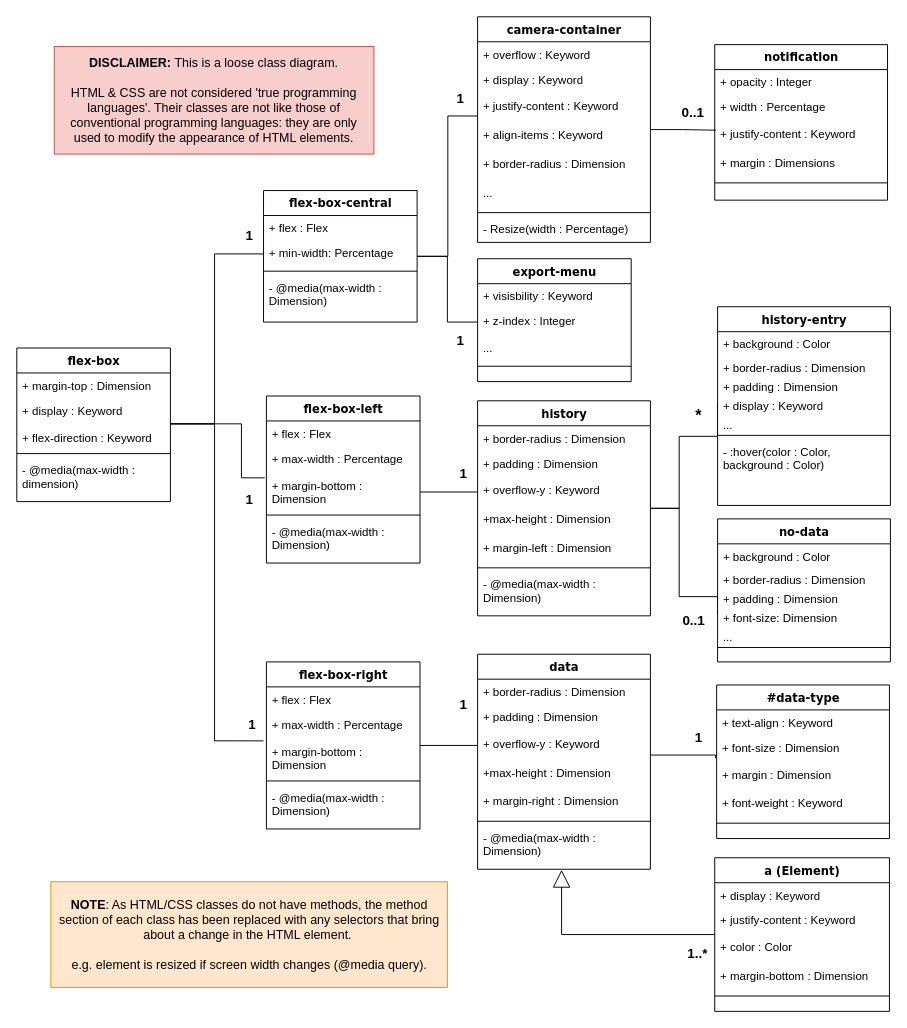
Earlier version of the draw.io diagram diagrams/uml-class.drawio (jensenhill/jensenhill.github.io). Source tidied: cells renumbered, new cells numbered last; positions are measured from the earlier drawing's top-left corner, leaving out a move shared by most shapes. Both pictures are drawn from the tidied source at 96%, with x=0, y=0 at pixel (16, 16).
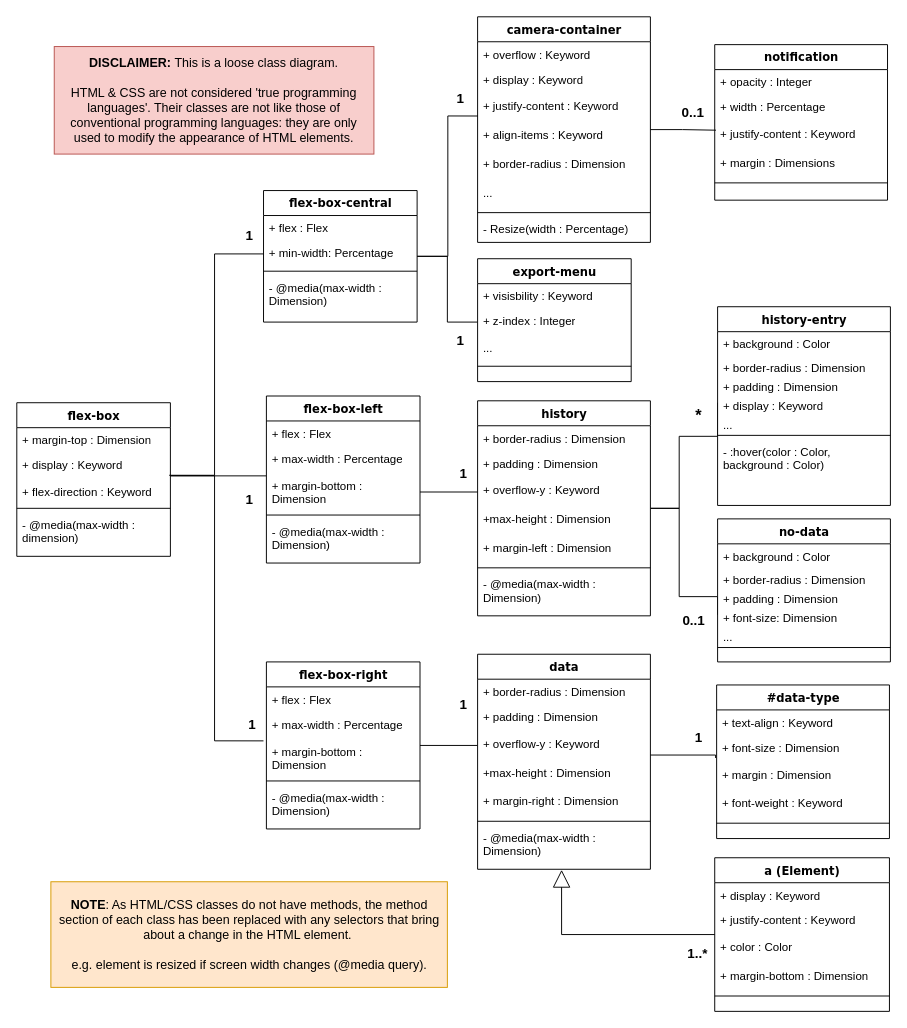
The same diagram, later.

The change refers to these unchanged cells:
```xml
<mxCell id="4" value="+ display : Keyword" style="text;html=1;strokeColor=none;fillColor=none;align=left;verticalAlign=top;spacingLeft=4;spacingRight=4;whiteSpace=wrap;overflow=hidden;points=[[0,0.5],[1,0.5]];portConstraint=eastwest;" parent="2" vertex="1">
  <mxGeometry y="52" width="160" height="28" as="geometry" />
</mxCell>
<mxCell id="5" value="+ flex-direction : Keyword" style="text;html=1;strokeColor=none;fillColor=none;align=left;verticalAlign=top;spacingLeft=4;spacingRight=4;whiteSpace=wrap;overflow=hidden;points=[[0,0.5],[1,0.5]];portConstraint=eastwest;" parent="2" vertex="1">
  <mxGeometry y="80" width="160" height="26" as="geometry" />
</mxCell>
<mxCell id="11" value="+ min-width: Percentage" style="text;html=1;strokeColor=none;fillColor=none;align=left;verticalAlign=top;spacingLeft=4;spacingRight=4;whiteSpace=wrap;overflow=hidden;points=[[0,0.5],[1,0.5]];portConstraint=eastwest;" parent="9" vertex="1">
  <mxGeometry y="52" width="160" height="28" as="geometry" />
</mxCell>
<mxCell id="19" value="+ margin-bottom : Dimension" style="text;html=1;strokeColor=none;fillColor=none;align=left;verticalAlign=top;spacingLeft=4;spacingRight=4;whiteSpace=wrap;overflow=hidden;points=[[0,0.5],[1,0.5]];portConstraint=eastwest;" parent="16" vertex="1">
  <mxGeometry y="80" width="160" height="40" as="geometry" />
</mxCell>
<mxCell id="26" value="+ margin-bottom : Dimension" style="text;html=1;strokeColor=none;fillColor=none;align=left;verticalAlign=top;spacingLeft=4;spacingRight=4;whiteSpace=wrap;overflow=hidden;points=[[0,0.5],[1,0.5]];portConstraint=eastwest;" parent="23" vertex="1">
  <mxGeometry y="80" width="160" height="40" as="geometry" />
</mxCell>
```

Diff of the diagram source:
```diff
@@
-<mxGraphModel>
+<mxGraphModel background="#ffffff">
@@
     <mxCell id="2" value="flex-box" style="swimlane;html=1;fontStyle=1;align=center;verticalAlign=top;horizontal=1;startSize=26;swimlaneFillColor=#ffffff;rounded=0;shadow=0;comic=0;labelBackgroundColor=none;strokeWidth=1;fillColor=none;fontFamily=Verdana;fontSize=12;" parent="1" vertex="1">
-      <mxGeometry y="345" width="160" height="160" as="geometry" />
+      <mxGeometry y="402" width="160" height="160" as="geometry" />
     </mxCell>
@@
-    <mxCell id="14" style="edgeStyle=orthogonalEdgeStyle;rounded=0;jettySize=auto;html=1;strokeColor=default;align=center;verticalAlign=middle;fontFamily=Helvetica;fontSize=11;fontColor=default;labelBackgroundColor=default;endArrow=none;endFill=0;entryX=0;entryY=0.5;entryDx=0;entryDy=0;" parent="1" edge="1" source="4" target="11">
+    <mxCell id="14" style="edgeStyle=orthogonalEdgeStyle;rounded=0;jettySize=auto;html=1;strokeColor=default;align=center;verticalAlign=middle;fontFamily=Helvetica;fontSize=11;fontColor=default;labelBackgroundColor=default;endArrow=none;endFill=0;entryX=0;entryY=0.5;entryDx=0;entryDy=0;exitX=0.992;exitY=-0.17;exitDx=0;exitDy=0;exitPerimeter=0;" parent="1" edge="1" source="5" target="11">
       <mxGeometry relative="1" as="geometry">
         <Array as="points">
-          <mxPoint x="206" y="424" />
+          <mxPoint x="206" y="478" />
           <mxPoint x="206" y="247" />
         </Array>
       </mxGeometry>
     </mxCell>
@@
-    <mxCell id="29" style="edgeStyle=orthogonalEdgeStyle;rounded=0;jettySize=auto;html=1;entryX=-0.011;entryY=0.131;entryDx=0;entryDy=0;entryPerimeter=0;strokeColor=default;align=center;verticalAlign=middle;fontFamily=Helvetica;fontSize=11;fontColor=default;labelBackgroundColor=default;endArrow=none;endFill=0;" parent="1" edge="1" source="2" target="19">
+    <mxCell id="29" style="edgeStyle=orthogonalEdgeStyle;rounded=0;jettySize=auto;html=1;entryX=-0.001;entryY=0.08;entryDx=0;entryDy=0;entryPerimeter=0;strokeColor=default;align=center;verticalAlign=middle;fontFamily=Helvetica;fontSize=11;fontColor=default;labelBackgroundColor=default;endArrow=none;endFill=0;" parent="1" edge="1" source="2" target="19">
       <mxGeometry relative="1" as="geometry">
         <Array as="points">
-          <mxPoint x="234" y="424" />
-          <mxPoint x="234" y="480" />
+          <mxPoint x="260" y="478" />
         </Array>
       </mxGeometry>
     </mxCell>
     <mxCell id="30" style="edgeStyle=orthogonalEdgeStyle;rounded=0;jettySize=auto;html=1;entryX=-0.019;entryY=0.056;entryDx=0;entryDy=0;entryPerimeter=0;strokeColor=default;align=center;verticalAlign=middle;fontFamily=Helvetica;fontSize=11;fontColor=default;labelBackgroundColor=default;endArrow=none;endFill=0;" parent="1" edge="1" source="2" target="26">
       <mxGeometry relative="1" as="geometry">
         <Array as="points">
-          <mxPoint x="206" y="424" />
+          <mxPoint x="206" y="478" />
           <mxPoint x="206" y="754" />
         </Array>
       </mxGeometry>
     </mxCell>
```
